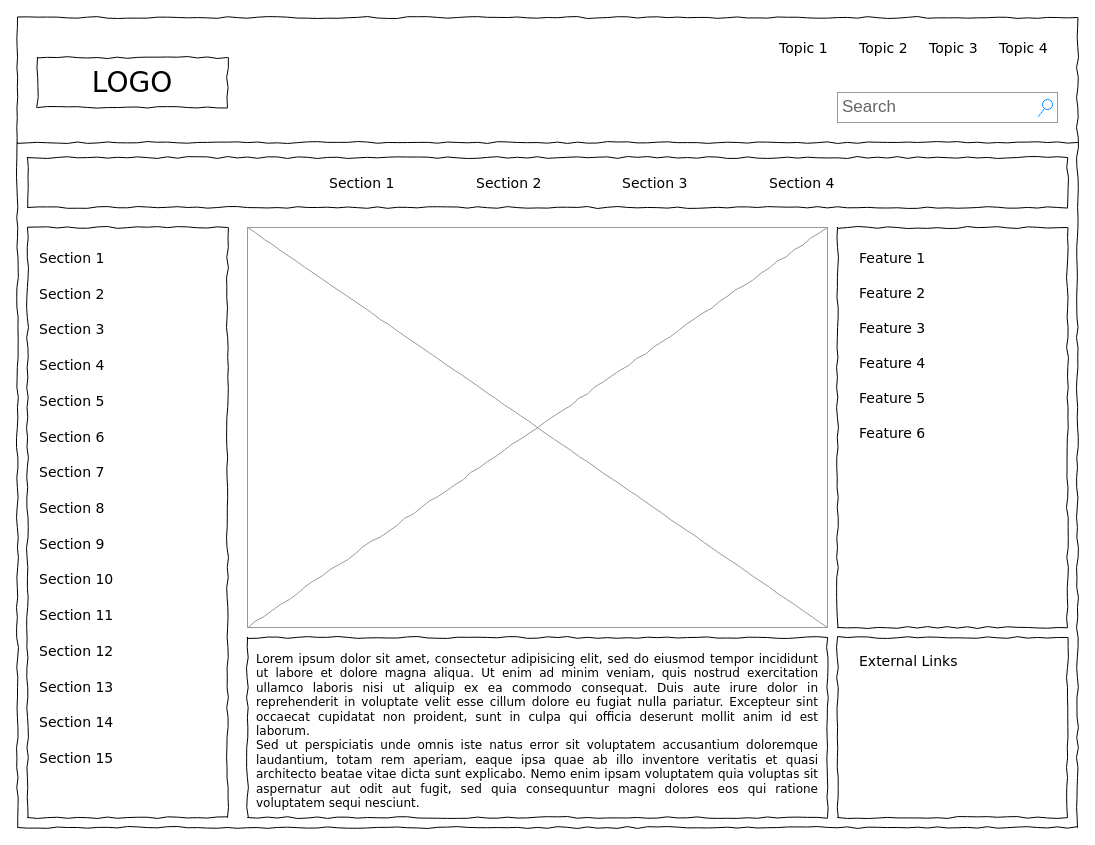
deetheengineer/starter-front-end-foundations keeps this draw.io diagram as navigation/Untitled Diagram.drawio. Above is the earlier version. Source tidied: cells renumbered, new cells numbered last; positions are measured from the earlier drawing's top-left corner, leaving out a move shared by most shapes. Both pictures are drawn from the tidied source at 100%, with x=0, y=0 at pixel (17, 17).
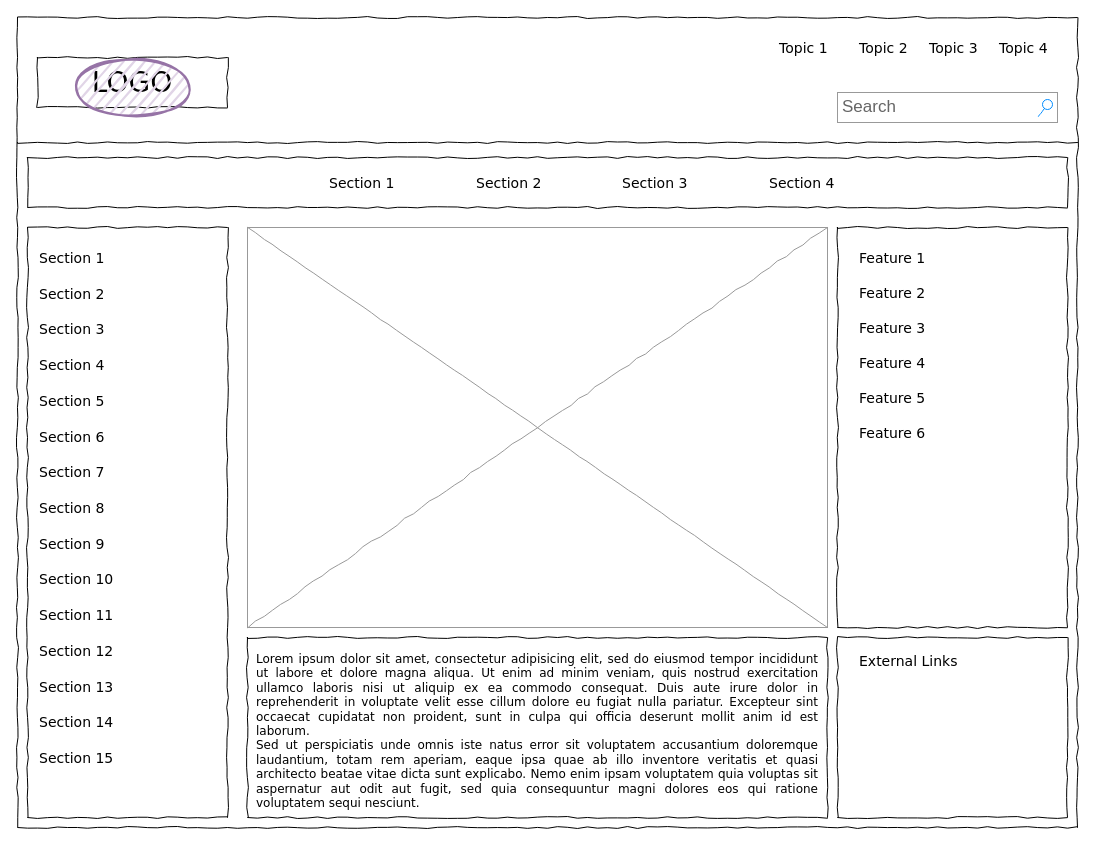
After the change.

Change to the diagram source:
```diff
@@
+    <mxCell id="42" style="ellipse;whiteSpace=wrap;html=1;strokeWidth=2;fillWeight=2;hachureGap=8;fillColor=#e1d5e7;fillStyle=dots;sketch=1;strokeColor=#9673a6;" parent="1" vertex="1">
+      <mxGeometry x="55" y="40" width="120" height="60" as="geometry" />
+    </mxCell>
```
